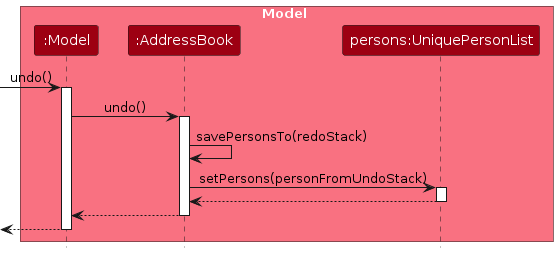
Above: diagrams/UndoSequenceDiagram-Model.png in AY2324S2-CS2103T-W12-3/tp (PlantUML), before the change. Its source is kept beside it as diagrams/UndoSequenceDiagram-Model.puml. Its diagram source:
```plantuml
@startuml
!include style.puml
skinparam ArrowFontStyle plain

box Model MODEL_COLOR_T1
participant ":Model" as Model MODEL_COLOR
participant ":AddressBook" as AddressBook MODEL_COLOR
participant "persons:UniquePersonList" as persons MODEL_COLOR
end box

[-> Model : undo()
activate Model

Model -> AddressBook : undo()
activate AddressBook

AddressBook -> AddressBook :savePersonsTo(redoStack)

AddressBook -> persons : setPersons(personFromUndoStack)
activate persons
persons --> AddressBook
deactivate persons

AddressBook --> Model :
deactivate AddressBook

[<-- Model
deactivate Model

@enduml
```
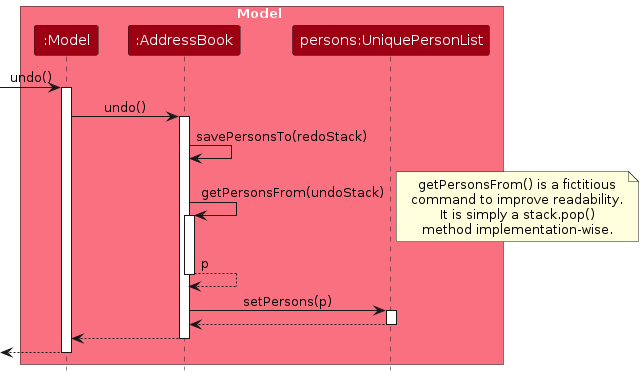
After the commit.

What changed in the source:
```diff
@@ -14,9 +14,15 @@
 Model -> AddressBook : undo()
 activate AddressBook
 
-AddressBook -> AddressBook :savePersonsTo(redoStack)
+AddressBook -> AddressBook : savePersonsTo(redoStack)
 
-AddressBook -> persons : setPersons(personFromUndoStack)
+AddressBook -> AddressBook : getPersonsFrom(undoStack)
+activate AddressBook
+note right : getPersonsFrom() is a fictitious\ncommand to improve readability.\nIt is simply a stack.pop()\nmethod implementation-wise.
+AddressBook --> AddressBook : p
+deactivate AddressBook
+
+AddressBook -> persons : setPersons(p)
 activate persons
 persons --> AddressBook
 deactivate persons
```
